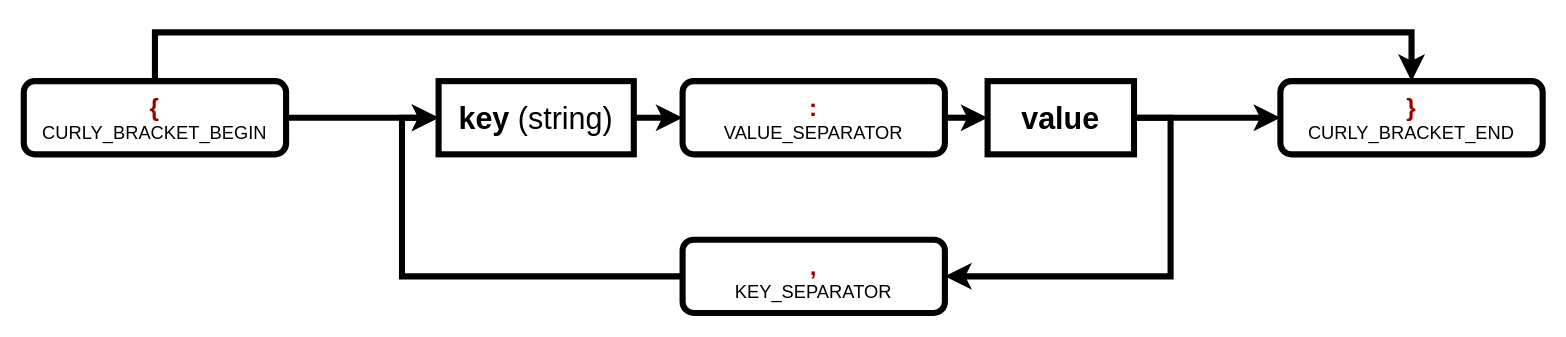
Above: docs/drawio/json-object-structure/json-object-structure.drawio in pokeum/fragile (draw.io), before the change. Source tidied: cells renumbered, new cells numbered last; positions are measured from the earlier drawing's top-left corner, leaving out a move shared by most shapes. Both pictures are drawn from the tidied source at 122%, with x=0, y=0 at pixel (23, 32).
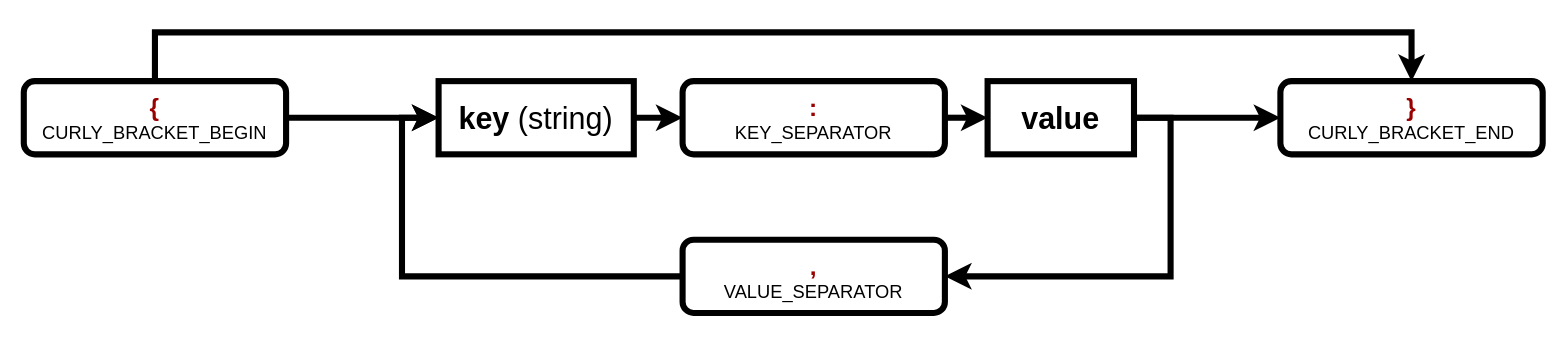
The same page after the edit.

Diff of the diagram source:
```diff
@@
 <mxGraphModel>
   <root>
     <mxCell id="0" />
     <mxCell id="1" parent="0" />
     <mxCell id="2" style="edgeStyle=orthogonalEdgeStyle;rounded=0;jettySize=auto;html=1;exitX=1;exitY=0.5;exitDx=0;exitDy=0;entryX=0;entryY=0.5;entryDx=0;entryDy=0;fontSize=25;fontColor=#990000;strokeWidth=5;" parent="1" edge="1" source="4" target="6">
       <mxGeometry relative="1" as="geometry" />
     </mxCell>
     <mxCell id="3" style="edgeStyle=orthogonalEdgeStyle;rounded=0;jettySize=auto;html=1;exitX=0.5;exitY=0;exitDx=0;exitDy=0;entryX=0.5;entryY=0;entryDx=0;entryDy=0;fontSize=25;fontColor=#990000;strokeWidth=5;" parent="1" edge="1" source="4" target="10">
       <mxGeometry relative="1" as="geometry">
         <Array as="points">
           <mxPoint x="108" />
           <mxPoint x="1138" />
         </Array>
       </mxGeometry>
     </mxCell>
     <mxCell id="4" value="&lt;font color=&quot;#990000&quot;&gt;&lt;font style=&quot;font-size: 20px;&quot;&gt;&lt;b&gt;{&lt;/b&gt;&lt;/font&gt;&lt;br&gt;&lt;/font&gt;&lt;font style=&quot;font-size: 15px;&quot;&gt;CURLY_BRACKET_BEGIN&lt;/font&gt;" style="rounded=1;whiteSpace=wrap;html=1;strokeWidth=5;" parent="1" vertex="1">
       <mxGeometry y="40" width="215" height="60" as="geometry" />
     </mxCell>
     <mxCell id="5" style="edgeStyle=orthogonalEdgeStyle;rounded=0;jettySize=auto;html=1;exitX=1;exitY=0.5;exitDx=0;exitDy=0;entryX=0;entryY=0.5;entryDx=0;entryDy=0;fontSize=25;fontColor=#990000;strokeWidth=5;" parent="1" edge="1" source="6" target="12">
       <mxGeometry relative="1" as="geometry" />
     </mxCell>
     <mxCell id="6" value="&lt;font style=&quot;font-size: 25px;&quot;&gt;&lt;b&gt;key&lt;/b&gt; (string)&lt;/font&gt;" style="rounded=0;whiteSpace=wrap;html=1;fontSize=20;strokeWidth=5;" parent="1" vertex="1">
       <mxGeometry x="340" y="40" width="160" height="60" as="geometry" />
     </mxCell>
     <mxCell id="7" style="edgeStyle=orthogonalEdgeStyle;rounded=0;jettySize=auto;html=1;exitX=1;exitY=0.5;exitDx=0;exitDy=0;entryX=0;entryY=0.5;entryDx=0;entryDy=0;fontSize=25;fontColor=#990000;strokeWidth=5;" parent="1" edge="1" source="9" target="10">
       <mxGeometry relative="1" as="geometry" />
     </mxCell>
     <mxCell id="8" style="edgeStyle=orthogonalEdgeStyle;rounded=0;jettySize=auto;html=1;exitX=1;exitY=0.5;exitDx=0;exitDy=0;entryX=1;entryY=0.5;entryDx=0;entryDy=0;fontSize=25;fontColor=#990000;strokeWidth=5;" parent="1" edge="1" source="9" target="14">
       <mxGeometry relative="1" as="geometry">
         <Array as="points">
           <mxPoint x="940" y="70" />
           <mxPoint x="940" y="200" />
         </Array>
       </mxGeometry>
     </mxCell>
     <mxCell id="9" value="&lt;span style=&quot;font-size: 25px;&quot;&gt;&lt;b&gt;value&lt;/b&gt;&lt;/span&gt;" style="rounded=0;whiteSpace=wrap;html=1;fontSize=20;strokeWidth=5;" parent="1" vertex="1">
       <mxGeometry x="790" y="40" width="120" height="60" as="geometry" />
     </mxCell>
     <mxCell id="10" value="&lt;font color=&quot;#990000&quot; style=&quot;font-size: 20px;&quot;&gt;&lt;b&gt;}&lt;/b&gt;&lt;/font&gt;&lt;br&gt;&lt;font style=&quot;font-size: 15px;&quot;&gt;CURLY_BRACKET_END&lt;/font&gt;" style="rounded=1;whiteSpace=wrap;html=1;strokeWidth=5;" parent="1" vertex="1">
       <mxGeometry x="1030" y="40" width="215" height="60" as="geometry" />
     </mxCell>
     <mxCell id="11" style="edgeStyle=orthogonalEdgeStyle;rounded=0;jettySize=auto;html=1;exitX=1;exitY=0.5;exitDx=0;exitDy=0;entryX=0;entryY=0.5;entryDx=0;entryDy=0;fontSize=25;fontColor=#990000;strokeWidth=5;" parent="1" edge="1" source="12" target="9">
       <mxGeometry relative="1" as="geometry" />
     </mxCell>
-    <mxCell id="12" value="&lt;font color=&quot;#990000&quot; style=&quot;font-size: 20px;&quot;&gt;&lt;b&gt;:&lt;/b&gt;&lt;/font&gt;&lt;br&gt;&lt;span style=&quot;font-size: 15px;&quot;&gt;VALUE_SEPARATOR&lt;/span&gt;" style="rounded=1;whiteSpace=wrap;html=1;strokeWidth=5;" parent="1" vertex="1">
+    <mxCell id="12" value="&lt;font color=&quot;#990000&quot; style=&quot;font-size: 20px;&quot;&gt;&lt;b&gt;:&lt;/b&gt;&lt;/font&gt;&lt;br&gt;&lt;span style=&quot;font-size: 15px;&quot;&gt;KEY_SEPARATOR&lt;/span&gt;" style="rounded=1;whiteSpace=wrap;html=1;strokeWidth=5;" parent="1" vertex="1">
       <mxGeometry x="540" y="40" width="215" height="60" as="geometry" />
     </mxCell>
     <mxCell id="13" style="edgeStyle=orthogonalEdgeStyle;rounded=0;jettySize=auto;html=1;exitX=0;exitY=0.5;exitDx=0;exitDy=0;entryX=0;entryY=0.5;entryDx=0;entryDy=0;fontSize=25;fontColor=#990000;strokeWidth=5;" parent="1" edge="1" source="14" target="6">
       <mxGeometry relative="1" as="geometry">
         <Array as="points">
           <mxPoint x="310" y="200" />
           <mxPoint x="310" y="70" />
         </Array>
       </mxGeometry>
     </mxCell>
-    <mxCell id="14" value="&lt;span style=&quot;font-size: 20px;&quot;&gt;&lt;b&gt;&lt;font color=&quot;#990000&quot;&gt;,&lt;/font&gt;&lt;/b&gt;&lt;/span&gt;&lt;br&gt;&lt;font style=&quot;font-size: 15px;&quot;&gt;KEY_SEPARATOR&lt;/font&gt;" style="rounded=1;whiteSpace=wrap;html=1;strokeWidth=5;" parent="1" vertex="1">
+    <mxCell id="14" value="&lt;span style=&quot;font-size: 20px;&quot;&gt;&lt;b&gt;&lt;font color=&quot;#990000&quot;&gt;,&lt;/font&gt;&lt;/b&gt;&lt;/span&gt;&lt;br&gt;&lt;font style=&quot;font-size: 15px;&quot;&gt;VALUE_SEPARATOR&lt;/font&gt;" style="rounded=1;whiteSpace=wrap;html=1;strokeWidth=5;" parent="1" vertex="1">
       <mxGeometry x="540" y="170" width="215" height="60" as="geometry" />
     </mxCell>
   </root>
 </mxGraphModel>
```
